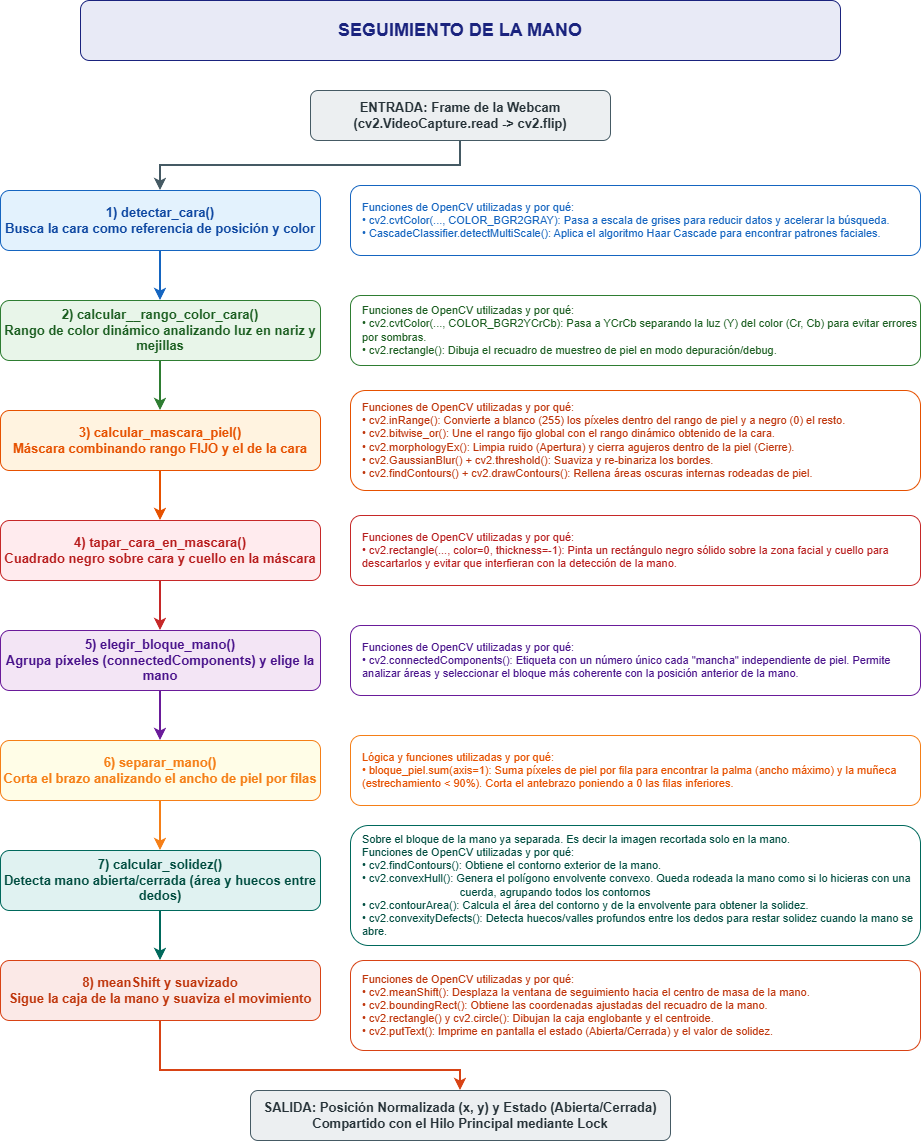
Earlier version of the draw.io export .documentation_image/explicacion_mano.png (josentoniorbex/Proyecto-OpenCV). Source tidied: cells renumbered, new cells last; positions are measured from the earlier drawing's top-left corner, leaving out a move shared by most shapes.
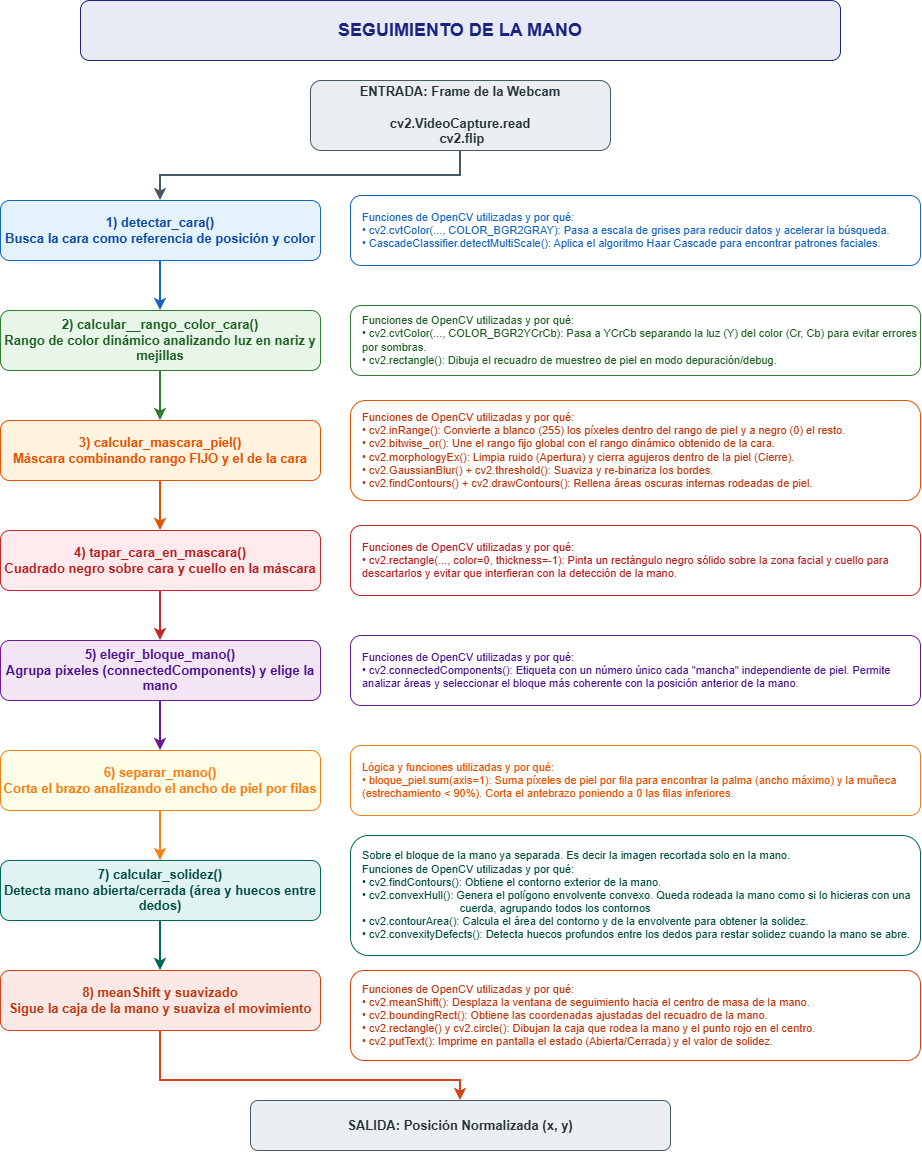
The same diagram one commit later.

Commit message:
Diagramas y pequeño fix en seguir mano

The edit, as a diff of the source:
```diff
@@ -3,10 +3,10 @@
     <mxCell id="0" />
     <mxCell id="1" parent="0" />
     <mxCell id="2" value="SEGUIMIENTO DE LA MANO" style="text;html=1;strokeColor=#1A237E;fillColor=#E8EAF6;align=center;verticalAlign=middle;whiteSpace=wrap;rounded=1;fontSize=18;fontStyle=1;fontColor=#1A237E;spacing=10;" parent="1" vertex="1">
-      <mxGeometry x="80" width="760" height="60" as="geometry" />
+      <mxGeometry x="80" y="-10" width="760" height="60" as="geometry" />
     </mxCell>
-    <mxCell id="3" value="ENTRADA: Frame de la Webcam&#10;(cv2.VideoCapture.read -&gt; cv2.flip)" style="rounded=1;whiteSpace=wrap;html=1;fillColor=#ECEFF1;strokeColor=#455A64;fontStyle=1;fontSize=13;fontColor=#263238;" parent="1" vertex="1">
-      <mxGeometry x="310" y="90" width="300" height="50" as="geometry" />
+    <mxCell id="3" value="ENTRADA: Frame de la Webcam&lt;div&gt;&lt;br&gt;cv2.VideoCapture.read&lt;div&gt;&amp;nbsp;cv2.flip&lt;/div&gt;&lt;/div&gt;" style="rounded=1;whiteSpace=wrap;html=1;fillColor=#ECEFF1;strokeColor=#455A64;fontStyle=1;fontSize=13;fontColor=#263238;" parent="1" vertex="1">
+      <mxGeometry x="310" y="70" width="300" height="70" as="geometry" />
     </mxCell>
     <mxCell id="4" value="1) detectar_cara()&#10;Busca la cara como referencia de posición y color" style="rounded=1;whiteSpace=wrap;html=1;fillColor=#E3F2FD;strokeColor=#1565C0;fontStyle=1;fontSize=13;fontColor=#0D47A1;" parent="1" vertex="1">
       <mxGeometry y="190" width="320" height="60" as="geometry" />
@@ -47,16 +47,16 @@
     <mxCell id="16" value="7) calcular_solidez()&#10;Detecta mano abierta/cerrada (área y huecos entre dedos)" style="rounded=1;whiteSpace=wrap;html=1;fillColor=#E0F2F1;strokeColor=#00695C;fontStyle=1;fontSize=13;fontColor=#004D40;" parent="1" vertex="1">
       <mxGeometry y="850" width="320" height="60" as="geometry" />
     </mxCell>
-    <mxCell id="17" value="Sobre el bloque de la mano ya separada. Es decir la imagen recortada solo en la mano.&lt;br&gt;Funciones de OpenCV utilizadas y por qué:&lt;br&gt;• cv2.findContours(): Obtiene el contorno exterior de la mano.&lt;br&gt;• cv2.convexHull(): Genera el polígono envolvente convexo. Queda rodeada la mano como si lo hicieras con una &lt;span style=&quot;white-space: pre;&quot;&gt;&#9;&lt;/span&gt;&lt;span style=&quot;white-space: pre;&quot;&gt;&#9;&lt;/span&gt;&lt;span style=&quot;white-space: pre;&quot;&gt;&#9;&lt;/span&gt;&lt;span style=&quot;white-space: pre;&quot;&gt;&#9;&lt;/span&gt;cuerda, agrupando todos los contornos&lt;br&gt;• cv2.contourArea(): Calcula el área del contorno y de la envolvente para obtener la solidez.&lt;br&gt;• cv2.convexityDefects(): Detecta huecos/valles profundos entre los dedos para restar solidez cuando la mano se abre." style="rounded=1;whiteSpace=wrap;html=1;fillColor=#FFFFFF;strokeColor=#00695C;align=left;spacingLeft=10;fontSize=11;fontColor=#004D40;" parent="1" vertex="1">
+    <mxCell id="17" value="Sobre el bloque de la mano ya separada. Es decir la imagen recortada solo en la mano.&lt;br&gt;Funciones de OpenCV utilizadas y por qué:&lt;br&gt;• cv2.findContours(): Obtiene el contorno exterior de la mano.&lt;br&gt;• cv2.convexHull(): Genera el polígono envolvente convexo. Queda rodeada la mano como si lo hicieras con una &lt;span style=&quot;white-space: pre;&quot;&gt;&#9;&lt;/span&gt;&lt;span style=&quot;white-space: pre;&quot;&gt;&#9;&lt;/span&gt;&lt;span style=&quot;white-space: pre;&quot;&gt;&#9;&lt;/span&gt;&lt;span style=&quot;white-space: pre;&quot;&gt;&#9;&lt;/span&gt;cuerda, agrupando todos los contornos&lt;br&gt;• cv2.contourArea(): Calcula el área del contorno y de la envolvente para obtener la solidez.&lt;br&gt;• cv2.convexityDefects(): Detecta huecos profundos entre los dedos para restar solidez cuando la mano se abre." style="rounded=1;whiteSpace=wrap;html=1;fillColor=#FFFFFF;strokeColor=#00695C;align=left;spacingLeft=10;fontSize=11;fontColor=#004D40;" parent="1" vertex="1">
       <mxGeometry x="350" y="825" width="570" height="120" as="geometry" />
     </mxCell>
     <mxCell id="18" value="8) meanShift y suavizado&#10;Sigue la caja de la mano y suaviza el movimiento" style="rounded=1;whiteSpace=wrap;html=1;fillColor=#FBE9E7;strokeColor=#D84315;fontStyle=1;fontSize=13;fontColor=#BF360C;" parent="1" vertex="1">
       <mxGeometry y="960" width="320" height="60" as="geometry" />
     </mxCell>
-    <mxCell id="19" value="Funciones de OpenCV utilizadas y por qué:&#10;• cv2.meanShift(): Desplaza la ventana de seguimiento hacia el centro de masa de la mano.&#10;• cv2.boundingRect(): Obtiene las coordenadas ajustadas del recuadro de la mano.&#10;• cv2.rectangle() y cv2.circle(): Dibujan la caja englobante y el centroide.&#10;• cv2.putText(): Imprime en pantalla el estado (Abierta/Cerrada) y el valor de solidez." style="rounded=1;whiteSpace=wrap;html=1;fillColor=#FFFFFF;strokeColor=#D84315;align=left;spacingLeft=10;fontSize=11;fontColor=#BF360C;" parent="1" vertex="1">
+    <mxCell id="19" value="Funciones de OpenCV utilizadas y por qué:&lt;br&gt;• cv2.meanShift(): Desplaza la ventana de seguimiento hacia el centro de masa de la mano.&lt;br&gt;• cv2.boundingRect(): Obtiene las coordenadas ajustadas del recuadro de la mano.&lt;br&gt;• cv2.rectangle() y cv2.circle(): Dibujan la caja que rodea la mano y el punto rojo en el centro.&lt;br&gt;• cv2.putText(): Imprime en pantalla el estado (Abierta/Cerrada) y el valor de solidez." style="rounded=1;whiteSpace=wrap;html=1;fillColor=#FFFFFF;strokeColor=#D84315;align=left;spacingLeft=10;fontSize=11;fontColor=#BF360C;" parent="1" vertex="1">
       <mxGeometry x="350" y="960" width="570" height="90" as="geometry" />
     </mxCell>
-    <mxCell id="20" value="SALIDA: Posición Normalizada (x, y) y Estado (Abierta/Cerrada)&#10;Compartido con el Hilo Principal mediante Lock" style="rounded=1;whiteSpace=wrap;html=1;fillColor=#ECEFF1;strokeColor=#455A64;fontStyle=1;fontSize=13;fontColor=#263238;" parent="1" vertex="1">
+    <mxCell id="20" value="SALIDA: Posición Normalizada (x, y)" style="rounded=1;whiteSpace=wrap;html=1;fillColor=#ECEFF1;strokeColor=#455A64;fontStyle=1;fontSize=13;fontColor=#263238;" parent="1" vertex="1">
       <mxGeometry x="250" y="1090" width="420" height="50" as="geometry" />
     </mxCell>
     <mxCell id="21" style="edgeStyle=orthogonalEdgeStyle;rounded=0;jettySize=auto;html=1;strokeWidth=2;strokeColor=#455A64;" parent="1" edge="1" source="3" target="4">
```
